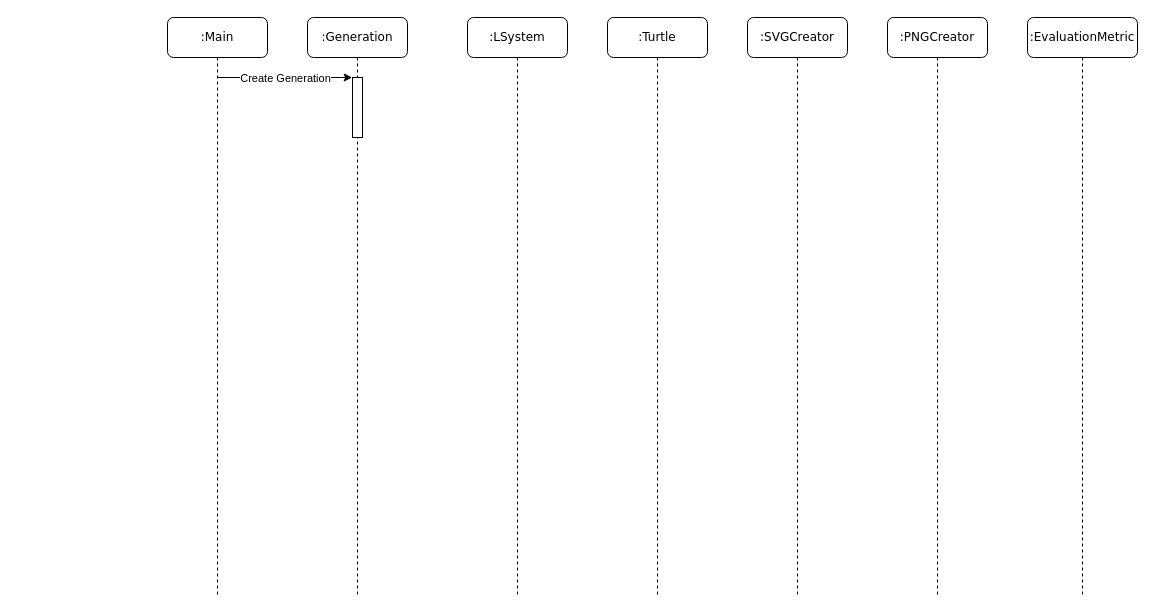
oihugu/EV-Plants-Simpler keeps this draw.io diagram as Diagramas/SSS-Sequencia.drawio. Above is the earlier version. Source tidied: cells renumbered, new cells numbered last; positions are measured from the earlier drawing's top-left corner, leaving out a move shared by most shapes. Both pictures are drawn from the tidied source at 100%, with x=0, y=0 at pixel (167, 17).
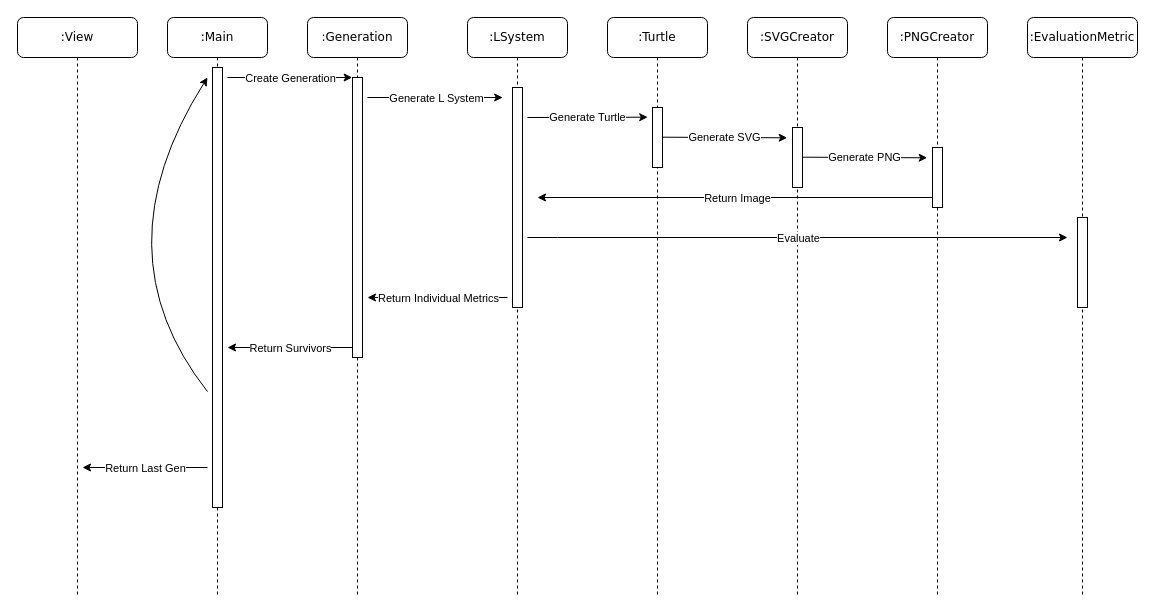
The same diagram, later.

The change refers to these unchanged cells:
```xml
<mxCell id="2" value=":Generation" style="shape=umlLifeline;perimeter=lifelinePerimeter;whiteSpace=wrap;html=1;rounded=1;shadow=0;comic=0;labelBackgroundColor=none;strokeWidth=1;fontFamily=Verdana;fontSize=12;align=center;" parent="1" vertex="1">
  <mxGeometry x="140" width="100" height="580" as="geometry" />
</mxCell>
<mxCell id="4" value=":LSystem" style="shape=umlLifeline;perimeter=lifelinePerimeter;whiteSpace=wrap;html=1;rounded=1;shadow=0;comic=0;labelBackgroundColor=none;strokeWidth=1;fontFamily=Verdana;fontSize=12;align=center;" parent="1" vertex="1">
  <mxGeometry x="300" width="100" height="580" as="geometry" />
</mxCell>
<mxCell id="5" value=":Turtle" style="shape=umlLifeline;perimeter=lifelinePerimeter;whiteSpace=wrap;html=1;rounded=1;shadow=0;comic=0;labelBackgroundColor=none;strokeWidth=1;fontFamily=Verdana;fontSize=12;align=center;" parent="1" vertex="1">
  <mxGeometry x="440" width="100" height="580" as="geometry" />
</mxCell>
<mxCell id="6" value=":SVGCreator" style="shape=umlLifeline;perimeter=lifelinePerimeter;whiteSpace=wrap;html=1;rounded=1;shadow=0;comic=0;labelBackgroundColor=none;strokeWidth=1;fontFamily=Verdana;fontSize=12;align=center;" parent="1" vertex="1">
  <mxGeometry x="580" width="100" height="580" as="geometry" />
</mxCell>
<mxCell id="7" value=":PNGCreator" style="shape=umlLifeline;perimeter=lifelinePerimeter;whiteSpace=wrap;html=1;outlineConnect=0;rounded=1;shadow=0;comic=0;labelBackgroundColor=none;strokeWidth=1;fontFamily=Verdana;fontSize=12;align=center;" parent="1" vertex="1">
  <mxGeometry x="720" width="100" height="580" as="geometry" />
</mxCell>
<mxCell id="8" value=":EvaluationMetric" style="shape=umlLifeline;perimeter=lifelinePerimeter;whiteSpace=wrap;html=1;rounded=1;shadow=0;comic=0;labelBackgroundColor=none;strokeWidth=1;fontFamily=Verdana;fontSize=12;align=center;" parent="1" vertex="1">
  <mxGeometry x="860" width="110" height="580" as="geometry" />
</mxCell>
<mxCell id="9" value=":Main" style="shape=umlLifeline;perimeter=lifelinePerimeter;whiteSpace=wrap;html=1;outlineConnect=0;rounded=1;shadow=0;comic=0;labelBackgroundColor=none;strokeWidth=1;fontFamily=Verdana;fontSize=12;align=center;" parent="1" vertex="1">
  <mxGeometry width="100" height="580" as="geometry" />
</mxCell>
```

The edit, as a diff of the source:
```diff
@@
     <mxCell id="3" style="html=1;points=[];perimeter=orthogonalPerimeter;rounded=0;shadow=0;comic=0;labelBackgroundColor=none;strokeWidth=1;fontFamily=Verdana;fontSize=12;align=center;" parent="2" vertex="1">
-      <mxGeometry x="45" y="60" width="10" height="60" as="geometry" />
+      <mxGeometry x="45" y="60" width="10" height="280" as="geometry" />
     </mxCell>
@@
+    <mxCell id="12" style="endArrow=classic;html=1;rounded=0;entryX=-0.033;entryY=0;entryDx=0;entryDy=0;entryPerimeter=0;" parent="4" edge="1">
+      <mxGeometry relative="1" as="geometry">
+        <mxPoint x="-100" y="80" as="sourcePoint" />
+        <mxPoint x="35.2" y="80" as="targetPoint" />
+      </mxGeometry>
+    </mxCell>
+    <mxCell id="13" value="Generate L System" style="edgeLabel;html=1;align=center;verticalAlign=middle;labelBackgroundColor=#ffffff;" parent="12" vertex="1">
+      <mxGeometry relative="1" as="geometry" />
+    </mxCell>
+    <mxCell id="14" style="endArrow=classic;html=1;rounded=0;entryX=-0.033;entryY=0;entryDx=0;entryDy=0;entryPerimeter=0;" parent="4" edge="1">
+      <mxGeometry relative="1" as="geometry">
+        <mxPoint x="60" y="100" as="sourcePoint" />
+        <mxPoint x="180.2" y="99.7" as="targetPoint" />
+      </mxGeometry>
+    </mxCell>
+    <mxCell id="15" value="Generate Turtle" style="edgeLabel;html=1;align=center;verticalAlign=middle;labelBackgroundColor=#ffffff;" parent="14" vertex="1">
+      <mxGeometry relative="1" as="geometry" />
+    </mxCell>
+    <mxCell id="16" style="endArrow=classic;html=1;rounded=0;" parent="4" edge="1" source="7">
+      <mxGeometry relative="1" as="geometry">
+        <mxPoint x="70" y="180" as="targetPoint" />
+        <Array as="points">
+          <mxPoint x="70" y="180" />
+        </Array>
+      </mxGeometry>
+    </mxCell>
+    <mxCell id="17" value="Return Image" style="edgeLabel;html=1;align=center;verticalAlign=middle;labelBackgroundColor=#ffffff;" parent="16" vertex="1">
+      <mxGeometry relative="1" as="geometry" />
+    </mxCell>
+    <mxCell id="18" style="html=1;perimeter=orthogonalPerimeter;rounded=0;shadow=0;comic=0;labelBackgroundColor=none;strokeWidth=1;fontFamily=Verdana;fontSize=12;align=center;" parent="4" vertex="1">
+      <mxGeometry x="45" y="70" width="10" height="220" as="geometry" />
+    </mxCell>
@@
+    <mxCell id="19" style="html=1;perimeter=orthogonalPerimeter;rounded=0;shadow=0;comic=0;labelBackgroundColor=none;strokeWidth=1;fontFamily=Verdana;fontSize=12;align=center;" parent="5" vertex="1">
+      <mxGeometry x="45" y="90" width="10" height="60" as="geometry" />
+    </mxCell>
+    <mxCell id="20" style="endArrow=classic;html=1;rounded=0;entryX=-0.033;entryY=0;entryDx=0;entryDy=0;entryPerimeter=0;exitX=1.048;exitY=0.483;exitDx=0;exitDy=0;exitPerimeter=0;" parent="5" edge="1">
+      <mxGeometry relative="1" as="geometry">
+        <mxPoint x="55" y="119.7" as="sourcePoint" />
+        <mxPoint x="179.7" y="120.3" as="targetPoint" />
+      </mxGeometry>
+    </mxCell>
+    <mxCell id="21" value="Generate SVG" style="edgeLabel;html=1;align=center;verticalAlign=middle;labelBackgroundColor=#ffffff;" parent="20" vertex="1">
+      <mxGeometry relative="1" as="geometry" />
+    </mxCell>
@@
+    <mxCell id="22" style="html=1;perimeter=orthogonalPerimeter;rounded=0;shadow=0;comic=0;labelBackgroundColor=none;strokeWidth=1;fontFamily=Verdana;fontSize=12;align=center;" parent="6" vertex="1">
+      <mxGeometry x="45" y="110" width="10" height="60" as="geometry" />
+    </mxCell>
+    <mxCell id="23" style="endArrow=classic;html=1;rounded=0;" parent="6" edge="1">
+      <mxGeometry relative="1" as="geometry">
+        <mxPoint x="-220" y="220" as="sourcePoint" />
+        <mxPoint x="320" y="220" as="targetPoint" />
+        <Array as="points">
+          <mxPoint x="-190" y="220" />
+          <mxPoint x="320" y="220" />
+        </Array>
+      </mxGeometry>
+    </mxCell>
+    <mxCell id="24" value="Evaluate" style="edgeLabel;html=1;align=center;verticalAlign=middle;labelBackgroundColor=#ffffff;" parent="23" vertex="1">
+      <mxGeometry relative="1" as="geometry" />
+    </mxCell>
@@
+    <mxCell id="25" style="html=1;perimeter=orthogonalPerimeter;rounded=0;shadow=0;comic=0;labelBackgroundColor=none;strokeWidth=1;fontFamily=Verdana;fontSize=12;align=center;" parent="7" vertex="1">
+      <mxGeometry x="45" y="130" width="10" height="60" as="geometry" />
+    </mxCell>
+    <mxCell id="26" style="endArrow=classic;html=1;rounded=0;entryX=-0.033;entryY=0;entryDx=0;entryDy=0;entryPerimeter=0;exitX=1.048;exitY=0.483;exitDx=0;exitDy=0;exitPerimeter=0;" parent="7" edge="1">
+      <mxGeometry relative="1" as="geometry">
+        <mxPoint x="-85" y="139.7" as="sourcePoint" />
+        <mxPoint x="39.7" y="140.3" as="targetPoint" />
+      </mxGeometry>
+    </mxCell>
+    <mxCell id="27" value="Generate PNG" style="edgeLabel;html=1;align=center;verticalAlign=middle;labelBackgroundColor=#ffffff;" parent="26" vertex="1">
+      <mxGeometry relative="1" as="geometry" />
+    </mxCell>
@@
+    <mxCell id="28" style="html=1;perimeter=orthogonalPerimeter;rounded=0;shadow=0;comic=0;labelBackgroundColor=none;strokeWidth=1;fontFamily=Verdana;fontSize=12;align=center;" parent="8" vertex="1">
+      <mxGeometry x="50" y="200" width="10" height="90" as="geometry" />
+    </mxCell>
@@
+    <mxCell id="29" style="html=1;perimeter=orthogonalPerimeter;rounded=0;shadow=0;comic=0;labelBackgroundColor=none;strokeWidth=1;fontFamily=Verdana;fontSize=12;align=center;" parent="9" vertex="1">
+      <mxGeometry x="45" y="50" width="10" height="440" as="geometry" />
+    </mxCell>
+    <mxCell id="30" style="endArrow=classic;html=1;rounded=0;" parent="9" edge="1">
+      <mxGeometry relative="1" as="geometry">
+        <mxPoint x="185" y="330" as="sourcePoint" />
+        <mxPoint x="60" y="330" as="targetPoint" />
+      </mxGeometry>
+    </mxCell>
+    <mxCell id="31" value="Return Survivors" style="edgeLabel;html=1;align=center;verticalAlign=middle;labelBackgroundColor=#ffffff;" parent="30" vertex="1">
+      <mxGeometry relative="1" as="geometry" />
+    </mxCell>
-    <mxCell id="10" style="endArrow=classic;html=1;rounded=0;entryX=-0.033;entryY=0;entryDx=0;entryDy=0;entryPerimeter=0;" parent="1" edge="1" source="9" target="3">
-      <mxGeometry relative="1" as="geometry" />
+    <mxCell id="10" style="endArrow=classic;html=1;rounded=0;entryX=-0.033;entryY=0;entryDx=0;entryDy=0;entryPerimeter=0;" parent="1" edge="1" target="3">
+      <mxGeometry relative="1" as="geometry">
+        <mxPoint x="60" y="60" as="sourcePoint" />
+      </mxGeometry>
     </mxCell>
@@
+    <mxCell id="32" style="endArrow=classic;html=1;rounded=0;" parent="1" edge="1">
+      <mxGeometry relative="1" as="geometry">
+        <mxPoint x="340" y="280" as="sourcePoint" />
+        <mxPoint x="200" y="280" as="targetPoint" />
+        <Array as="points">
+          <mxPoint x="200" y="280" />
+        </Array>
+      </mxGeometry>
+    </mxCell>
+    <mxCell id="33" value="Return Individual Metrics" style="edgeLabel;html=1;align=center;verticalAlign=middle;labelBackgroundColor=#ffffff;" parent="32" vertex="1">
+      <mxGeometry relative="1" as="geometry" />
+    </mxCell>
+    <mxCell id="34" style="curved=1;endArrow=classic;html=1;rounded=0;" parent="1" edge="1">
+      <mxGeometry relative="1" as="geometry">
+        <mxPoint x="40" y="374.1" as="sourcePoint" />
+        <mxPoint x="40" y="60" as="targetPoint" />
+        <Array as="points">
+          <mxPoint x="-70" y="234.1" />
+        </Array>
+      </mxGeometry>
+    </mxCell>
+    <mxCell id="35" value=":View" style="shape=umlLifeline;perimeter=lifelinePerimeter;whiteSpace=wrap;html=1;rounded=1;shadow=0;comic=0;labelBackgroundColor=none;strokeWidth=1;fontFamily=Verdana;fontSize=12;align=center;" parent="1" vertex="1">
+      <mxGeometry x="-150" width="120" height="580" as="geometry" />
+    </mxCell>
+    <mxCell id="36" style="endArrow=classic;html=1;rounded=0;" parent="35" edge="1">
+      <mxGeometry relative="1" as="geometry">
+        <mxPoint x="190" y="450" as="sourcePoint" />
+        <mxPoint x="65" y="450" as="targetPoint" />
+        <Array as="points">
+          <mxPoint x="65" y="450" />
+        </Array>
+      </mxGeometry>
+    </mxCell>
+    <mxCell id="37" value="Return Last Gen" style="edgeLabel;html=1;align=center;verticalAlign=middle;labelBackgroundColor=#ffffff;" parent="36" vertex="1">
+      <mxGeometry relative="1" as="geometry" />
+    </mxCell>
```
